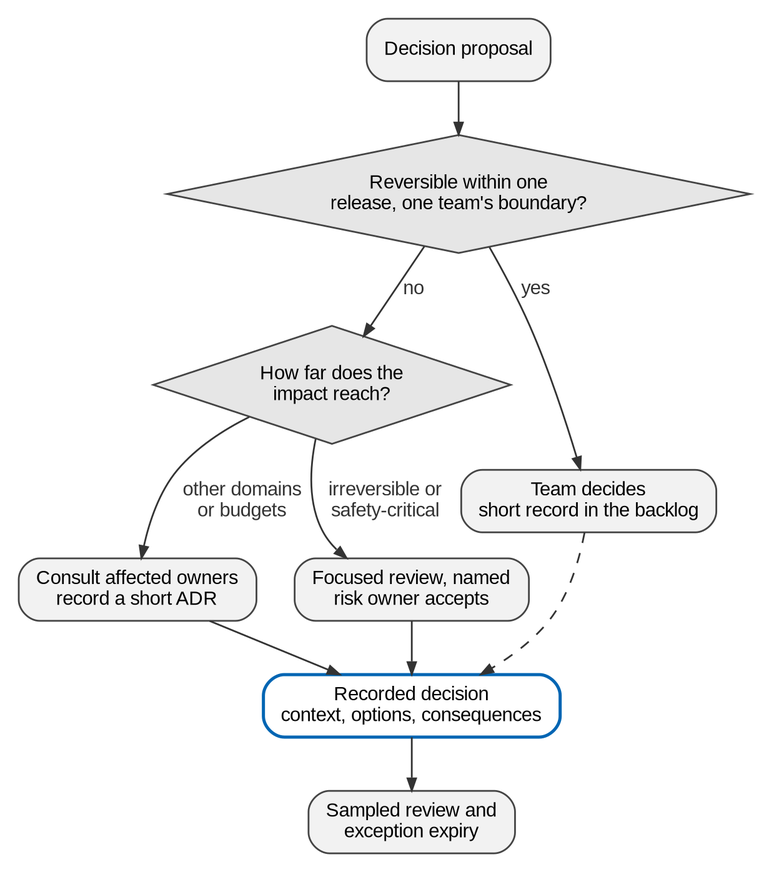
cesarcastrocuba/handbook-solutions-architecture keeps this Graphviz diagram as assets/diagrams/rendered/ch02-decision-tiers.png. Above is the earlier version. Its source is kept beside it as assets/diagrams/src/ch02-decision-tiers.dot. Source of this version:
```dot
digraph G {

 rankdir=TB;
 prop [label="Decision proposal"];
 q1 [label="Reversible within one\nrelease, one team's boundary?", shape=diamond, style="filled"];
 q2 [label="How far does the\nimpact reach?", shape=diamond, style="filled"];
 t1 [label="Team decides\nshort record in the backlog"];
 t2 [label="Consult affected owners\nrecord a short ADR"];
 t3 [label="Focused review, named\nrisk owner accepts"];
 adr [class="focal", label="Recorded decision\ncontext, options, consequences"];
 rev [label="Sampled review and\nexception expiry"];
 prop->q1;
 q1->t1 [label=" yes"];
 q1->q2 [label=" no"];
 q2->t2 [label=" other domains\n or budgets"]; q2->t3 [label=" irreversible or\n safety-critical"];
 t2->adr; t3->adr; t1->adr [style=dashed];
 adr->rev;
}
```
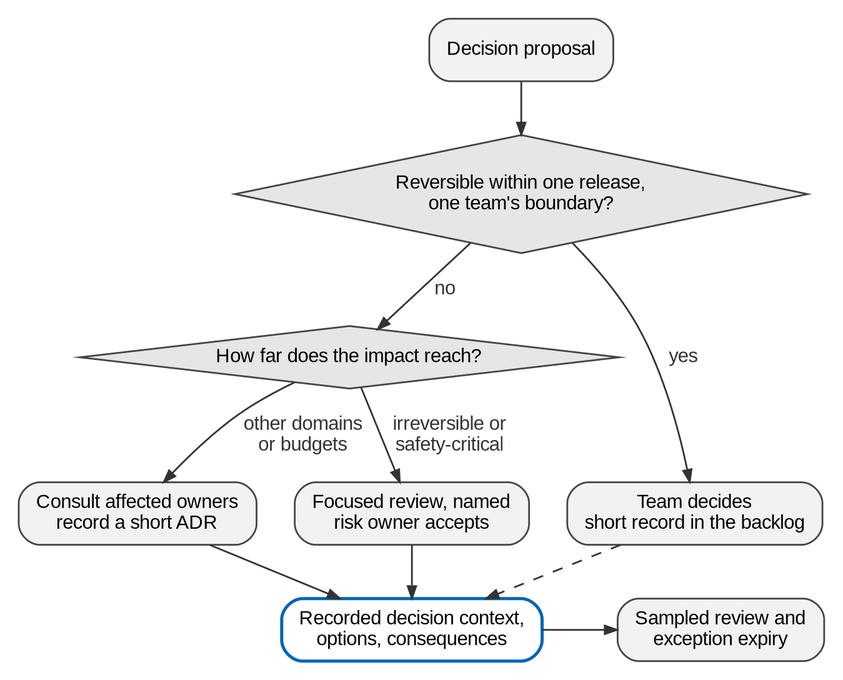
Later version of the same file.

The edit, as a diff of the source:
```diff
@@ -2,12 +2,12 @@
 
  rankdir=TB;
  prop [label="Decision proposal"];
- q1 [label="Reversible within one\nrelease, one team's boundary?", shape=diamond, style="filled"];
- q2 [label="How far does the\nimpact reach?", shape=diamond, style="filled"];
+ q1 [label="Reversible within one release,\none team's boundary?", shape=diamond, style="filled"];
+ q2 [label="How far does the impact reach?", shape=diamond, style="filled"];
  t1 [label="Team decides\nshort record in the backlog"];
  t2 [label="Consult affected owners\nrecord a short ADR"];
  t3 [label="Focused review, named\nrisk owner accepts"];
- adr [class="focal", label="Recorded decision\ncontext, options, consequences"];
+ adr [class="focal", label="Recorded decision context,\noptions, consequences"];
  rev [label="Sampled review and\nexception expiry"];
  prop->q1;
  q1->t1 [label=" yes"];
@@ -15,4 +15,6 @@
  q2->t2 [label=" other domains\n or budgets"]; q2->t3 [label=" irreversible or\n safety-critical"];
  t2->adr; t3->adr; t1->adr [style=dashed];
  adr->rev;
+ {rank=same; t1; t2; t3}
+ {rank=same; adr; rev}
 }
```
